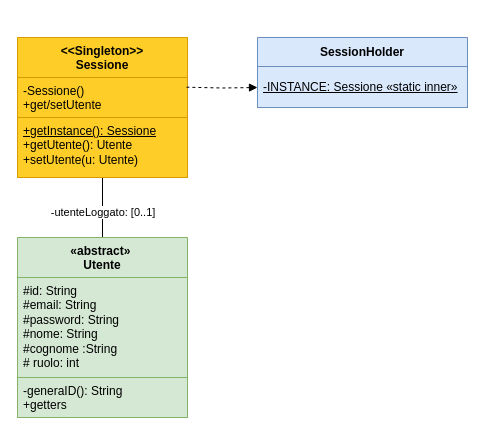
Before: Design Level/Singleton.drawio in FedericoSib/FitPlan, a draw.io diagram. Source tidied: cells renumbered, new cells numbered last; positions are measured from the earlier drawing's top-left corner, leaving out a move shared by most shapes. Both pictures are drawn from the tidied source at 100%, with x=0, y=0 at pixel (17, 37).
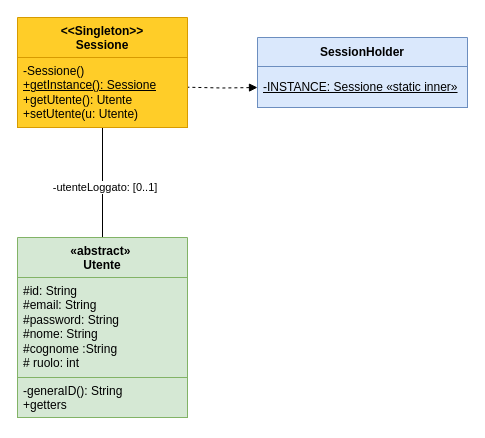
The same page after the edit.

Diff of the diagram source:
```diff
@@
 <mxGraphModel>
   <root>
     <mxCell id="0" />
     <mxCell id="1" parent="0" />
-    <mxCell id="2" value="&lt;div&gt;&amp;lt;&amp;lt;Singleton&amp;gt;&amp;gt;&lt;/div&gt;&lt;div&gt;Sessione&lt;/div&gt;" style="swimlane;fontStyle=1;align=center;verticalAlign=top;horizontal=1;startSize=40;whiteSpace=wrap;html=1;fillColor=#ffcd28;gradientColor=none;strokeColor=#d79b00;" parent="1" vertex="1">
-      <mxGeometry width="170" height="80" as="geometry" />
-    </mxCell>
-    <mxCell id="3" value="&lt;div&gt;-Sessione()&lt;/div&gt;&lt;div&gt;+get/setUtente&lt;/div&gt;" style="text;strokeColor=#d79b00;fillColor=#ffcd28;align=left;verticalAlign=top;spacingLeft=4;spacingRight=4;overflow=hidden;whiteSpace=wrap;html=1;gradientColor=none;" parent="2" vertex="1">
-      <mxGeometry y="40" width="170" height="40" as="geometry" />
-    </mxCell>
-    <mxCell id="4" style="edgeStyle=orthogonalEdgeStyle;rounded=0;jettySize=auto;html=1;entryX=0.5;entryY=1;entryDx=0;entryDy=0;startArrow=none;startFill=0;endArrow=none;endFill=0;" parent="1" edge="1" source="6" target="2">
-      <mxGeometry relative="1" as="geometry" />
+    <mxCell id="4" style="edgeStyle=orthogonalEdgeStyle;rounded=0;jettySize=auto;html=1;entryX=0.5;entryY=1;entryDx=0;entryDy=0;startArrow=none;startFill=0;endArrow=none;endFill=0;" parent="1" edge="1" source="6">
+      <mxGeometry relative="1" as="geometry">
+        <mxPoint x="85" y="80" as="targetPoint" />
+      </mxGeometry>
     </mxCell>
     <mxCell id="5" value="&lt;div&gt;&amp;nbsp;-utenteLoggato: [0..1]&lt;/div&gt;" style="edgeLabel;html=1;align=center;verticalAlign=middle;" parent="4" vertex="1">
-      <mxGeometry x="-0.56" y="2" relative="1" as="geometry" />
+      <mxGeometry x="-0.56" y="2" relative="1" as="geometry">
+        <mxPoint x="2" y="-24" as="offset" />
+      </mxGeometry>
     </mxCell>
     <mxCell id="6" value="&lt;div&gt;«abstract»&amp;nbsp;&lt;/div&gt;&lt;div&gt;Utente&lt;/div&gt;" style="swimlane;fontStyle=1;align=center;verticalAlign=top;horizontal=1;startSize=40;whiteSpace=wrap;html=1;fillColor=#d5e8d4;gradientColor=none;strokeColor=#82b366;" parent="1" vertex="1">
       <mxGeometry y="200" width="170" height="180" as="geometry" />
     </mxCell>
     <mxCell id="7" value="&lt;div&gt;#id:&amp;nbsp;String&lt;/div&gt;&lt;div&gt;#email:&amp;nbsp;String&lt;/div&gt;#password: String &lt;br&gt;#nome: String&lt;br&gt;#cognome :String&lt;br&gt;# ruolo: int" style="text;strokeColor=#82b366;fillColor=#d5e8d4;align=left;verticalAlign=top;spacingLeft=4;spacingRight=4;overflow=hidden;whiteSpace=wrap;html=1;gradientColor=none;" parent="6" vertex="1">
       <mxGeometry y="40" width="170" height="100" as="geometry" />
     </mxCell>
     <mxCell id="8" value="&lt;div&gt;-generaID(): String&lt;/div&gt;&lt;div&gt;+getters&lt;/div&gt;" style="text;strokeColor=#82b366;fillColor=#d5e8d4;align=left;verticalAlign=top;spacingLeft=4;spacingRight=4;overflow=hidden;whiteSpace=wrap;html=1;gradientColor=none;" parent="6" vertex="1">
       <mxGeometry y="140" width="170" height="40" as="geometry" />
     </mxCell>
     <mxCell id="9" style="edgeStyle=orthogonalEdgeStyle;rounded=0;orthogonalLoop=1;jettySize=auto;html=1;entryX=0.994;entryY=0.243;entryDx=0;entryDy=0;entryPerimeter=0;startArrow=block;startFill=1;endArrow=none;endFill=0;dashed=1;exitX=0;exitY=0.5;exitDx=0;exitDy=0;" parent="1" edge="1">
       <mxGeometry relative="1" as="geometry">
         <mxPoint x="240" y="50" as="sourcePoint" />
         <mxPoint x="169" y="49.7" as="targetPoint" />
       </mxGeometry>
     </mxCell>
     <mxCell id="10" value="SessionHolder" style="swimlane;fontStyle=1;align=center;verticalAlign=middle;horizontal=1;startSize=29;html=1;whiteSpace=wrap;fillColor=#dae8fc;gradientColor=none;strokeColor=#6c8ebf;" parent="1" vertex="1">
       <mxGeometry x="240" width="210" height="70" as="geometry" />
     </mxCell>
     <mxCell id="11" value="&lt;div align=&quot;left&quot;&gt;&lt;u&gt;-INSTANCE: Sessione  «static inner»&lt;/u&gt;&lt;/div&gt;" style="text;html=1;strokeColor=#6c8ebf;fillColor=#dae8fc;align=left;verticalAlign=middle;spacingLeft=4;spacingRight=4;overflow=hidden;whiteSpace=wrap;gradientColor=none;" parent="10" vertex="1">
       <mxGeometry y="29" width="210" height="41" as="geometry" />
     </mxCell>
-    <mxCell id="12" value="&lt;u&gt;+getInstance(): Sessione&lt;/u&gt;&lt;br&gt;    +getUtente(): Utente&lt;br&gt;    +setUtente(u: Utente)" style="text;strokeColor=#d79b00;fillColor=#ffcd28;align=left;verticalAlign=top;spacingLeft=4;spacingRight=4;overflow=hidden;whiteSpace=wrap;html=1;gradientColor=none;" parent="1" vertex="1">
-      <mxGeometry y="80" width="170" height="60" as="geometry" />
-    </mxCell>
+    <mxCell id="2" value="&lt;div&gt;&amp;lt;&amp;lt;Singleton&amp;gt;&amp;gt;&lt;/div&gt;&lt;div&gt;Sessione&lt;/div&gt;" style="swimlane;fontStyle=1;align=center;verticalAlign=top;horizontal=1;startSize=40;whiteSpace=wrap;html=1;fillColor=#ffcd28;gradientColor=none;strokeColor=#d79b00;" parent="1" vertex="1">
+      <mxGeometry y="-20" width="170" height="110" as="geometry" />
+    </mxCell>
+    <mxCell id="13" value="&lt;div&gt;-Sessione()&lt;/div&gt;&lt;div&gt;&lt;u&gt;+getInstance(): Sessione&lt;/u&gt;&lt;/div&gt;    +getUtente(): Utente&lt;br&gt;    +setUtente(u: Utente)" style="text;strokeColor=#d79b00;fillColor=#ffcd28;align=left;verticalAlign=top;spacingLeft=4;spacingRight=4;overflow=hidden;whiteSpace=wrap;html=1;gradientColor=none;" parent="2" vertex="1">
+      <mxGeometry y="40" width="170" height="70" as="geometry" />
+    </mxCell>
   </root>
 </mxGraphModel>
```
